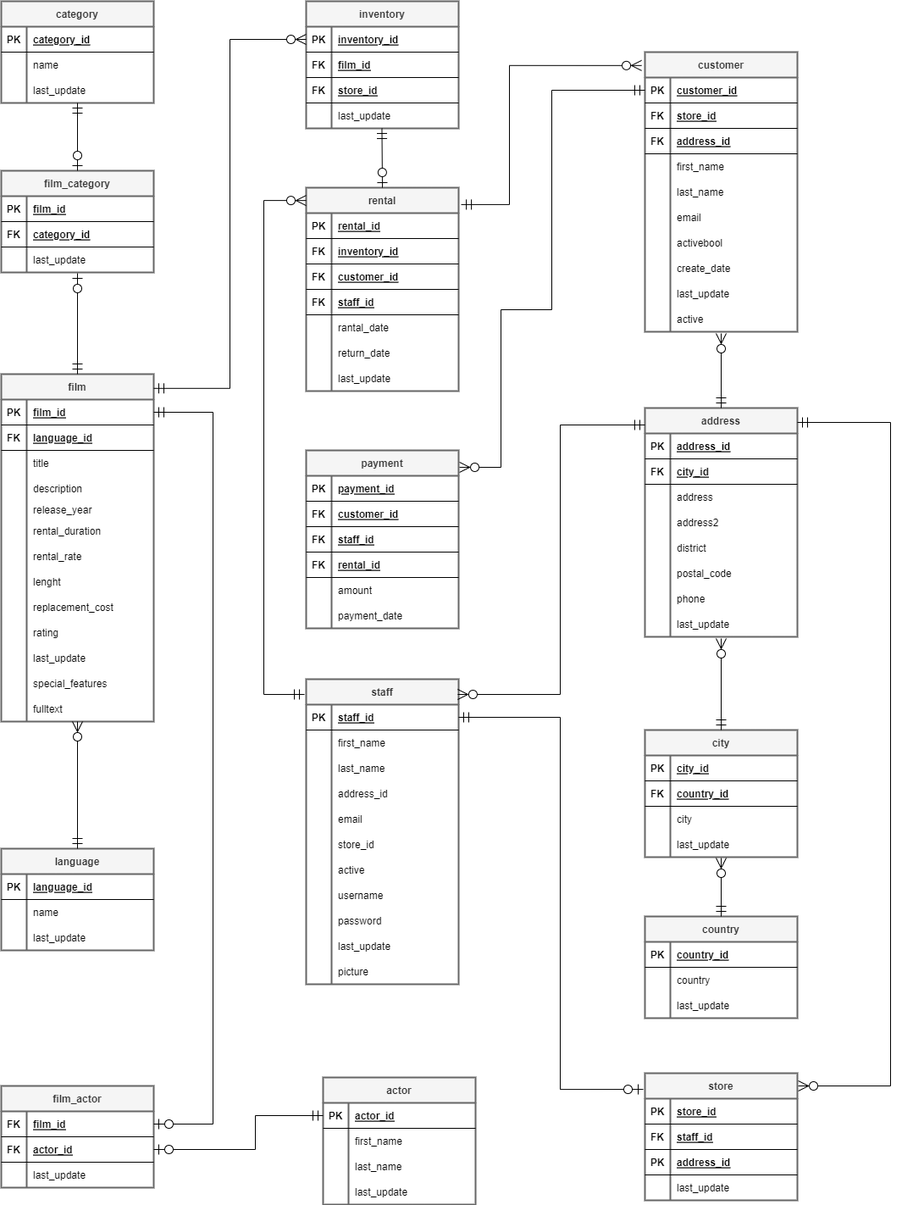
Before: DVD Rental ER Model.drawio.png, a diagram exported from draw.io (MarianSulik/DE_diagrams). Source tidied: cells renumbered, new cells last; positions are measured from the earlier drawing's top-left corner, leaving out a move shared by most shapes.
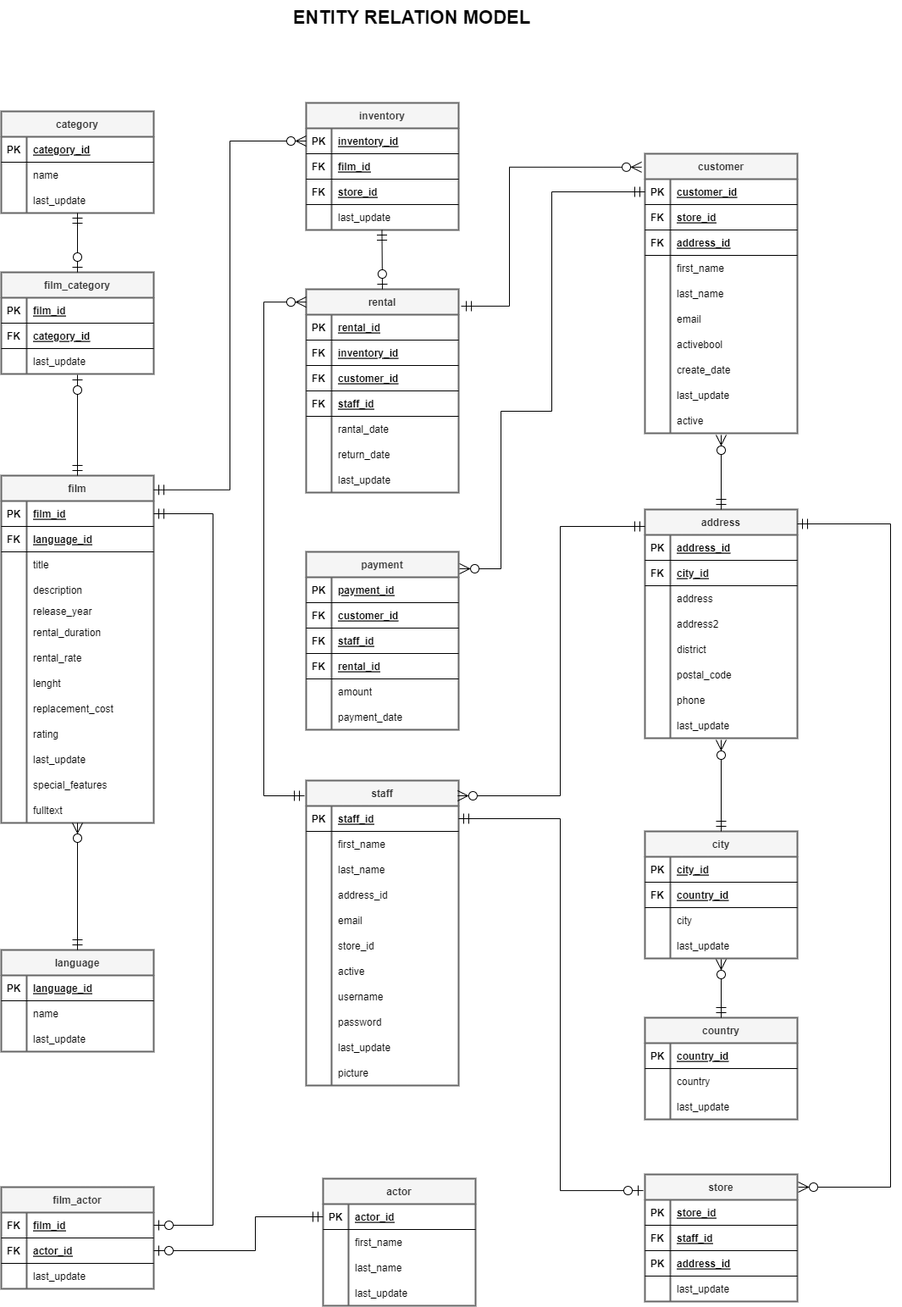
After the change.

What changed in the source:
```diff
@@ -3,7 +3,7 @@
     <mxCell id="0" />
     <mxCell id="1" parent="0" />
     <mxCell id="2" value="category" style="shape=table;startSize=30;rowLines=0;fontStyle=1;align=center;fillColor=#f5f5f5;fontColor=#333333;strokeColor=#666666;strokeWidth=2;" parent="1" vertex="1">
-      <mxGeometry width="180" height="120" as="geometry" />
+      <mxGeometry y="10" width="180" height="120" as="geometry" />
     </mxCell>
     <mxCell id="3" style="shape=tableRow;horizontal=0;startSize=0;swimlaneHead=0;swimlaneBody=0;fillColor=none;top=0;left=0;right=0;bottom=1;" parent="2" vertex="1">
       <mxGeometry y="30" width="180" height="30" as="geometry" />
@@ -913,5 +913,8 @@
         </Array>
       </mxGeometry>
     </mxCell>
+    <mxCell id="291" value="ENTITY RELATION MODEL" style="text;html=1;strokeColor=none;fillColor=none;align=center;verticalAlign=top;whiteSpace=wrap;rounded=0;strokeWidth=3;fontStyle=1;horizontal=1;fontSize=22;" parent="1" vertex="1">
+      <mxGeometry x="190" y="-120" width="590" height="50" as="geometry" />
+    </mxCell>
   </root>
 </mxGraphModel>
```
